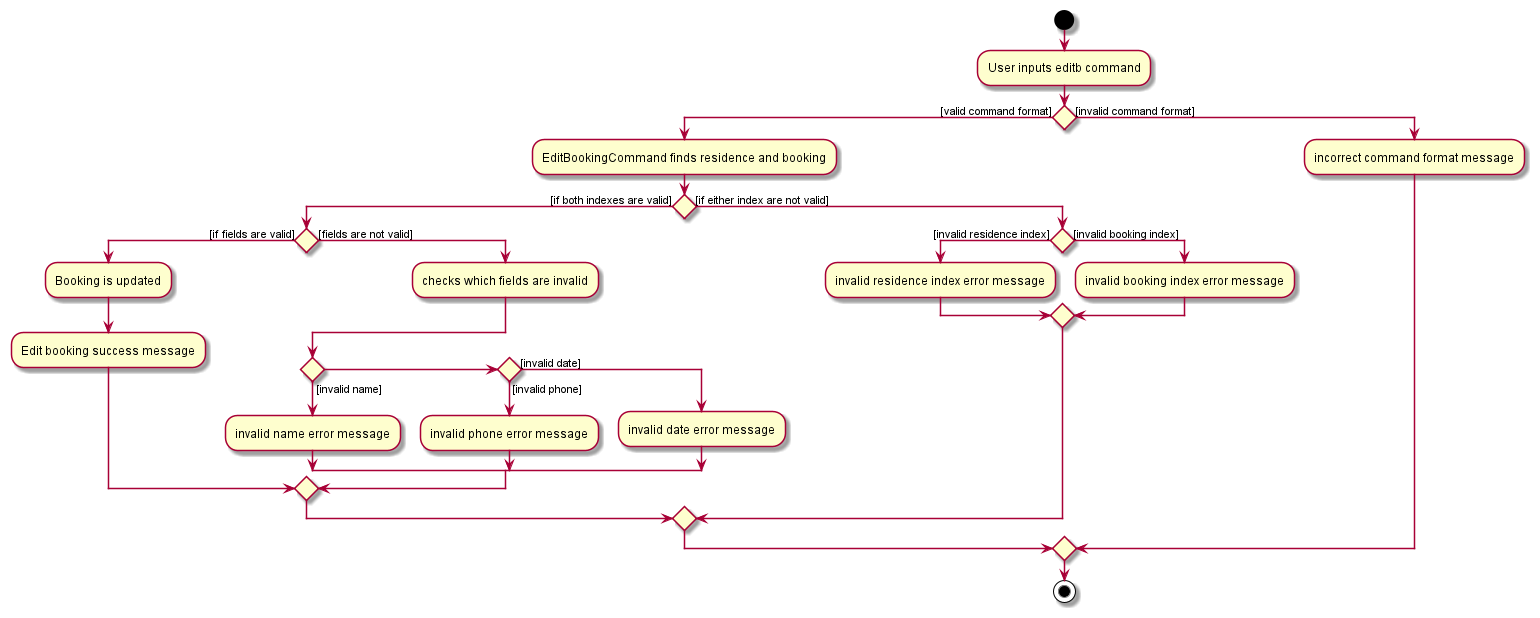
Earlier version of the PlantUML export docs/images/EditBookingActivityDiagram.png (nus-cs2103-AY2021S2/tp).
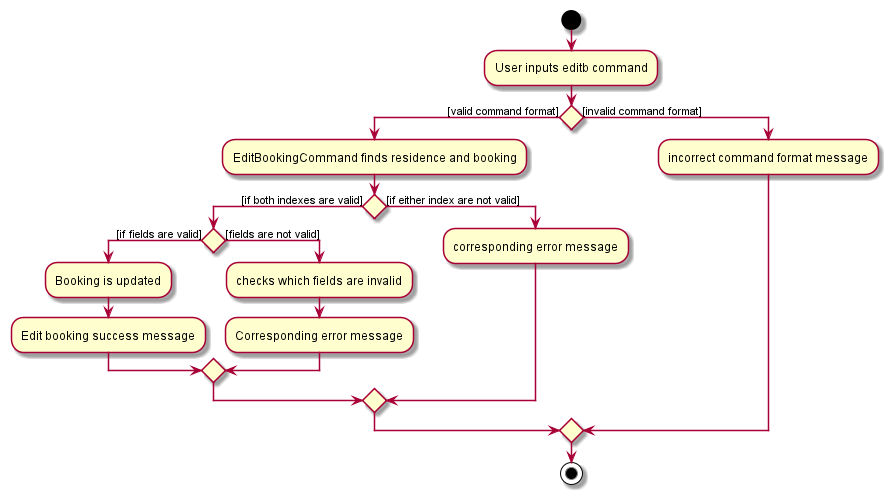
After the commit.

Diff of the diagram source:
```diff
@@ -10,20 +10,10 @@
                 :Edit booking success message;
             else([fields are not valid])
                 :checks which fields are invalid;
-                if()then([invalid name])
-                    :invalid name error message;
-                elseif() then ([invalid phone])
-                    :invalid phone error message;
-                else([invalid date])
-                    :invalid date error message;
-                endif
+                :Corresponding error message;
             endif
         else([if either index are not valid])
-            if() then ([invalid residence index])
-            :invalid residence index error message;
-            else([invalid booking index])
-            :invalid booking index error message;
-            endif
+            :corresponding error message;
         endif
 else([invalid command format])
 :incorrect command format message;
```
